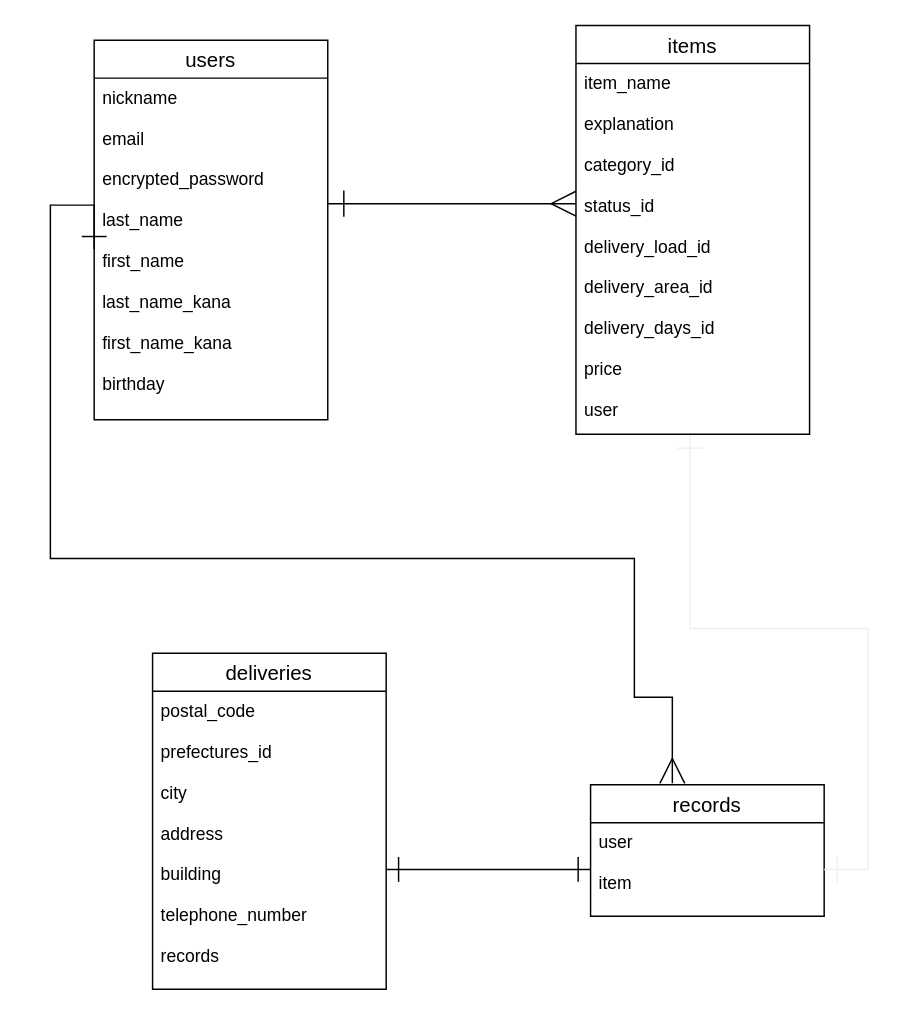
gnggng55/furima-36987 keeps this draw.io diagram as db/text.dio. Above is the earlier version. Source tidied: cells renumbered, new cells numbered last; positions are measured from the earlier drawing's top-left corner, leaving out a move shared by most shapes. Both pictures are drawn from the tidied source at 146%, with x=0, y=0 at pixel (50, 25).
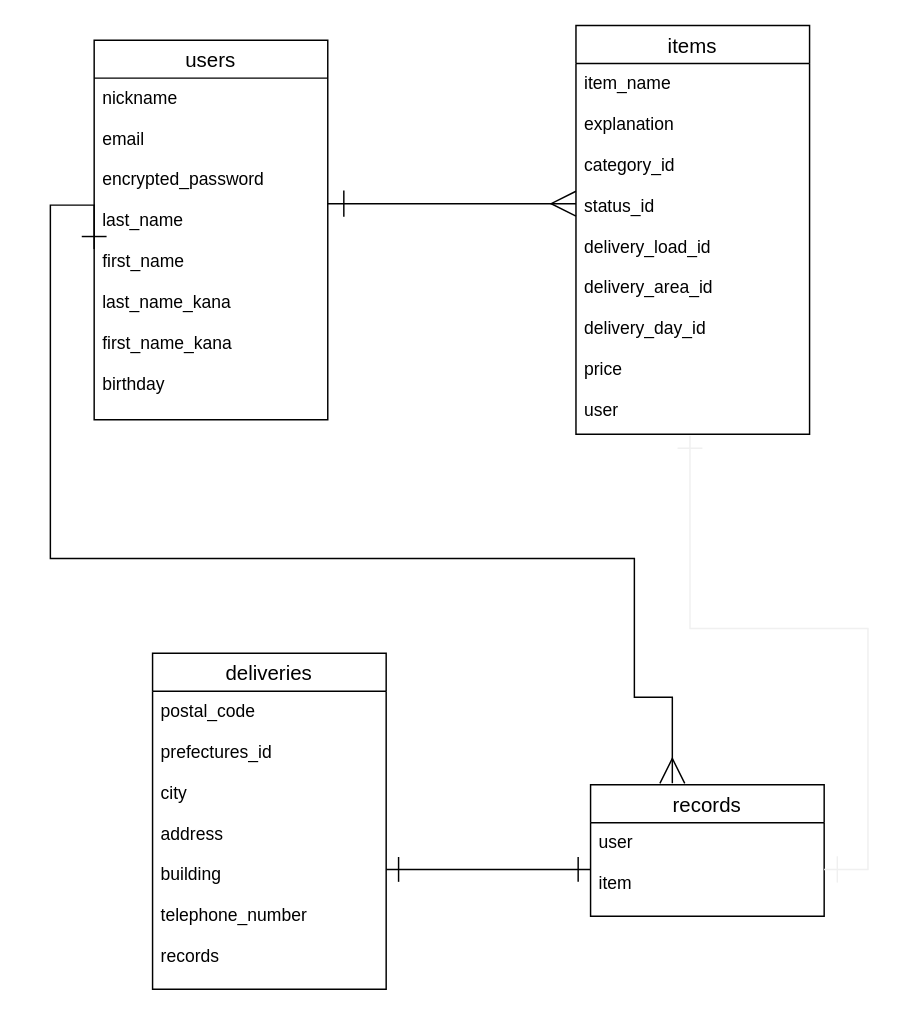
Above is the later version.

Commit message (it also covers changes not shown here):
ER図作成・README作成（修正の修正の修正）

Unchanged cells that the change refers to:
```xml
<mxCell id="5" value="items" style="swimlane;fontStyle=0;horizontal=1;startSize=26;align=center;fontSize=14;" parent="1" vertex="1">
  <mxGeometry x="360" width="160" height="280" as="geometry" />
</mxCell>
```

What changed in the source:
```diff
@@
-    <mxCell id="6" value="item_name&#10;&#10;explanation&#10;&#10;category_id&#10;&#10;status_id&#10;&#10;delivery_load_id&#10;&#10;delivery_area_id&#10;&#10;delivery_days_id&#10;&#10;price&#10;&#10;user" style="text;strokeColor=none;fillColor=none;spacingLeft=4;spacingRight=4;overflow=hidden;points=[[0,0.5],[1,0.5]];portConstraint=eastwest;fontSize=12;" parent="5" vertex="1">
+    <mxCell id="6" value="item_name&#10;&#10;explanation&#10;&#10;category_id&#10;&#10;status_id&#10;&#10;delivery_load_id&#10;&#10;delivery_area_id&#10;&#10;delivery_day_id&#10;&#10;price&#10;&#10;user" style="text;strokeColor=none;fillColor=none;spacingLeft=4;spacingRight=4;overflow=hidden;points=[[0,0.5],[1,0.5]];portConstraint=eastwest;fontSize=12;" parent="5" vertex="1">
       <mxGeometry y="26" width="160" height="254" as="geometry" />
     </mxCell>
```
